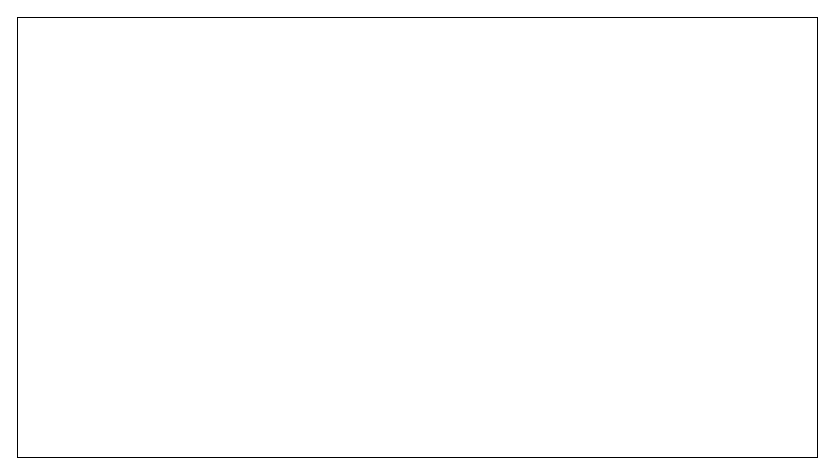
Above: driver-only-cuda10-client.drawio in YanshanSong/draw.io (draw.io), before the change. Source tidied: cells renumbered, new cells numbered last; positions are measured from the earlier drawing's top-left corner, leaving out a move shared by most shapes. Both pictures are drawn from the tidied source at 100%, with x=0, y=0 at pixel (17, 17).
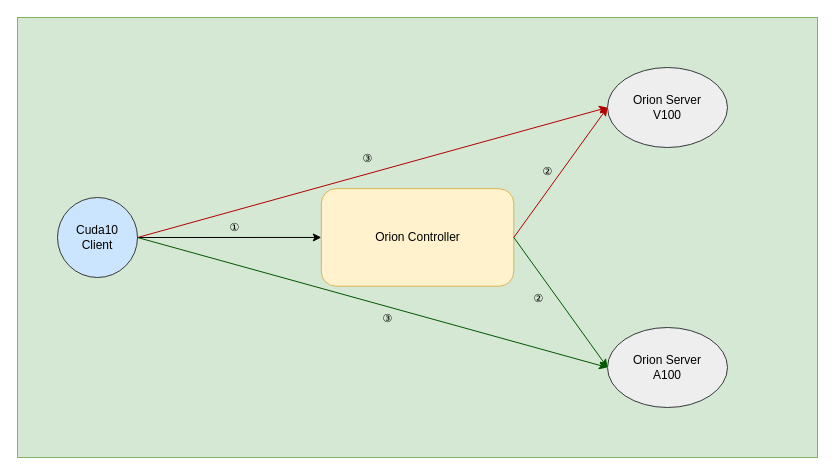
The same diagram, later.

Change to the diagram source:
```diff
@@
-    <mxCell id="2" style="rounded=0;whiteSpace=wrap;html=1;" parent="1" vertex="1">
+    <mxCell id="2" style="rounded=0;whiteSpace=wrap;html=1;fillColor=#d5e8d4;strokeColor=#82b366;" parent="1" vertex="1">
       <mxGeometry width="800" height="440" as="geometry" />
     </mxCell>
+    <mxCell id="3" value="Orion Controller" style="rounded=1;whiteSpace=wrap;html=1;fillColor=#fff2cc;strokeColor=#d6b656;" parent="1" vertex="1">
+      <mxGeometry x="303.8" y="171.2" width="192.5" height="97.5" as="geometry" />
+    </mxCell>
+    <mxCell id="4" value="Cuda10&lt;br&gt;Client" style="ellipse;whiteSpace=wrap;html=1;fillColor=#cce5ff;strokeColor=#36393d;" parent="1" vertex="1">
+      <mxGeometry x="40" y="180" width="80" height="80" as="geometry" />
+    </mxCell>
+    <mxCell id="5" style="endArrow=classic;html=1;rounded=0;exitX=1;exitY=0.5;exitDx=0;exitDy=0;entryX=0;entryY=0.5;entryDx=0;entryDy=0;" parent="1" edge="1" source="4" target="3">
+      <mxGeometry relative="1" as="geometry" />
+    </mxCell>
+    <mxCell id="6" value="①" style="edgeLabel;html=1;align=center;verticalAlign=middle;labelBackgroundColor=none;" parent="5" vertex="1">
+      <mxGeometry x="0.06" y="2" relative="1" as="geometry">
+        <mxPoint y="-8" as="offset" />
+      </mxGeometry>
+    </mxCell>
+    <mxCell id="7" value="Orion Server&lt;br&gt;V100" style="ellipse;whiteSpace=wrap;html=1;fillColor=#eeeeee;strokeColor=#36393d;" parent="1" vertex="1">
+      <mxGeometry x="590" y="50" width="120" height="80" as="geometry" />
+    </mxCell>
+    <mxCell id="8" value="Orion Server&lt;br&gt;A100" style="ellipse;whiteSpace=wrap;html=1;fillColor=#eeeeee;strokeColor=#36393d;" parent="1" vertex="1">
+      <mxGeometry x="590" y="310" width="120" height="80" as="geometry" />
+    </mxCell>
+    <mxCell id="9" style="endArrow=classic;html=1;rounded=0;entryX=0;entryY=0.5;entryDx=0;entryDy=0;exitX=1;exitY=0.5;exitDx=0;exitDy=0;fillColor=#e51400;strokeColor=#B20000;" parent="1" edge="1" source="3" target="7">
+      <mxGeometry relative="1" as="geometry" />
+    </mxCell>
+    <mxCell id="10" value="②" style="edgeLabel;html=1;align=center;verticalAlign=middle;labelBackgroundColor=none;labelBorderColor=none;" parent="9" vertex="1">
+      <mxGeometry y="3" relative="1" as="geometry">
+        <mxPoint x="-11" as="offset" />
+      </mxGeometry>
+    </mxCell>
+    <mxCell id="11" style="endArrow=classic;html=1;rounded=0;entryX=0;entryY=0.5;entryDx=0;entryDy=0;exitX=1;exitY=0.5;exitDx=0;exitDy=0;fillColor=#008a00;strokeColor=#005700;" parent="1" edge="1" source="3" target="8">
+      <mxGeometry relative="1" as="geometry" />
+    </mxCell>
+    <mxCell id="12" value="②" style="edgeLabel;html=1;align=center;verticalAlign=middle;labelBackgroundColor=none;" parent="11" vertex="1">
+      <mxGeometry x="-0.23" y="-4" relative="1" as="geometry">
+        <mxPoint x="-9" y="8" as="offset" />
+      </mxGeometry>
+    </mxCell>
+    <mxCell id="13" style="endArrow=classic;html=1;rounded=0;exitX=1;exitY=0.5;exitDx=0;exitDy=0;fillColor=#e51400;strokeColor=#B20000;" parent="1" edge="1" source="4">
+      <mxGeometry relative="1" as="geometry">
+        <mxPoint x="590" y="90" as="targetPoint" />
+      </mxGeometry>
+    </mxCell>
+    <mxCell id="14" value="③" style="edgeLabel;html=1;align=center;verticalAlign=middle;fontColor=none;labelBackgroundColor=none;" parent="13" vertex="1">
+      <mxGeometry x="0.03" y="2" relative="1" as="geometry">
+        <mxPoint x="-12" y="-11" as="offset" />
+      </mxGeometry>
+    </mxCell>
+    <mxCell id="15" style="endArrow=classic;html=1;rounded=0;exitX=1;exitY=0.5;exitDx=0;exitDy=0;entryX=0;entryY=0.5;entryDx=0;entryDy=0;fillColor=#008a00;strokeColor=#005700;" parent="1" edge="1" source="4" target="8">
+      <mxGeometry relative="1" as="geometry" />
+    </mxCell>
+    <mxCell id="16" value="③" style="edgeLabel;html=1;align=center;verticalAlign=middle;fontColor=none;labelBackgroundColor=none;" parent="15" vertex="1">
+      <mxGeometry x="0.11" y="-1" relative="1" as="geometry">
+        <mxPoint x="-11" y="7" as="offset" />
+      </mxGeometry>
+    </mxCell>
```
